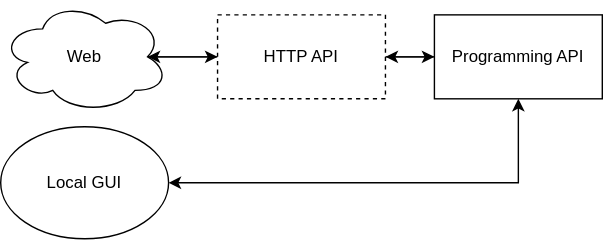
This is docs/thesis/images/daf-core-http-api.drawio.svg from davidhozic/discord-advertisement-framework, a draw.io export, as it was before one commit. Source tidied: cells renumbered, new cells last; positions are measured from the earlier drawing's top-left corner, leaving out a move shared by most shapes.
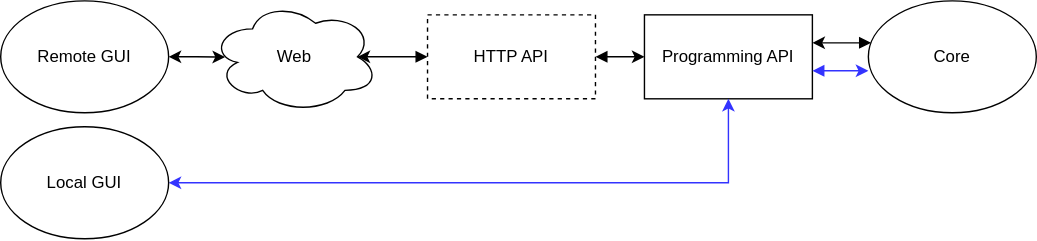
After the change.

The edit, as a diff of the source:
```diff
@@ -2,32 +2,49 @@
   <root>
     <mxCell id="0" />
     <mxCell id="1" parent="0" />
-    <mxCell id="2" style="edgeStyle=orthogonalEdgeStyle;rounded=0;jettySize=auto;html=1;" parent="1" edge="1" source="4" target="6">
+    <mxCell id="2" style="edgeStyle=orthogonalEdgeStyle;rounded=0;jettySize=auto;html=1;startArrow=block;startFill=1;" parent="1" edge="1" source="4" target="6">
       <mxGeometry relative="1" as="geometry" />
     </mxCell>
-    <mxCell id="3" style="edgeStyle=orthogonalEdgeStyle;rounded=0;jettySize=auto;html=1;entryX=0.875;entryY=0.5;entryDx=0;entryDy=0;entryPerimeter=0;" parent="1" edge="1" source="4" target="8">
+    <mxCell id="3" style="edgeStyle=orthogonalEdgeStyle;rounded=0;jettySize=auto;html=1;entryX=0.875;entryY=0.5;entryDx=0;entryDy=0;entryPerimeter=0;startArrow=block;startFill=1;" parent="1" edge="1" source="4" target="8">
       <mxGeometry relative="1" as="geometry" />
     </mxCell>
     <mxCell id="4" value="HTTP API" style="rounded=0;whiteSpace=wrap;html=1;dashed=1;" parent="1" vertex="1">
       <mxGeometry x="155" y="10" width="120" height="60" as="geometry" />
     </mxCell>
-    <mxCell id="5" style="edgeStyle=orthogonalEdgeStyle;rounded=0;jettySize=auto;html=1;" parent="1" edge="1" source="6" target="4">
-      <mxGeometry relative="1" as="geometry" />
-    </mxCell>
     <mxCell id="6" value="Programming API" style="rounded=0;whiteSpace=wrap;html=1;" parent="1" vertex="1">
       <mxGeometry x="310" y="10" width="120" height="60" as="geometry" />
     </mxCell>
-    <mxCell id="7" style="edgeStyle=orthogonalEdgeStyle;rounded=0;jettySize=auto;html=1;exitX=0.875;exitY=0.5;exitDx=0;exitDy=0;exitPerimeter=0;" parent="1" edge="1" source="8" target="4">
-      <mxGeometry relative="1" as="geometry" />
-    </mxCell>
     <mxCell id="8" value="Web" style="ellipse;shape=cloud;whiteSpace=wrap;html=1;" parent="1" vertex="1">
       <mxGeometry width="120" height="80" as="geometry" />
     </mxCell>
-    <mxCell id="9" style="edgeStyle=orthogonalEdgeStyle;rounded=0;jettySize=auto;html=1;entryX=0.5;entryY=1;entryDx=0;entryDy=0;startArrow=classic;startFill=1;" parent="1" edge="1" source="10" target="6">
+    <mxCell id="9" style="edgeStyle=orthogonalEdgeStyle;rounded=0;jettySize=auto;html=1;entryX=0.5;entryY=1;entryDx=0;entryDy=0;startArrow=classic;startFill=1;strokeColor=#3333FF;" parent="1" edge="1" source="10" target="6">
       <mxGeometry relative="1" as="geometry" />
     </mxCell>
     <mxCell id="10" value="Local GUI" style="ellipse;whiteSpace=wrap;html=1;" parent="1" vertex="1">
-      <mxGeometry y="90" width="120" height="80" as="geometry" />
+      <mxGeometry x="-150" y="90" width="120" height="80" as="geometry" />
     </mxCell>
+    <mxCell id="11" style="edgeStyle=orthogonalEdgeStyle;rounded=0;jettySize=auto;html=1;entryX=0.086;entryY=0.502;entryDx=0;entryDy=0;entryPerimeter=0;flowAnimation=0;comic=0;sketch=0;shadow=0;startArrow=classic;startFill=1;" parent="1" edge="1" source="12" target="8">
+      <mxGeometry relative="1" as="geometry" />
+    </mxCell>
+    <mxCell id="12" value="Remote GUI" style="ellipse;whiteSpace=wrap;html=1;" parent="1" vertex="1">
+      <mxGeometry x="-150" width="120" height="80" as="geometry" />
+    </mxCell>
+    <mxCell id="13" style="edgeStyle=entityRelationEdgeStyle;rounded=0;comic=0;sketch=0;orthogonalLoop=1;jettySize=auto;html=1;shadow=0;startArrow=block;startFill=1;strokeColor=#3333FF;" parent="1" edge="1">
+      <mxGeometry relative="1" as="geometry">
+        <mxPoint x="430" y="50" as="sourcePoint" />
+        <mxPoint x="470" y="50" as="targetPoint" />
+      </mxGeometry>
+    </mxCell>
+    <mxCell id="14" style="edgeStyle=orthogonalEdgeStyle;rounded=0;jettySize=auto;html=1;startArrow=block;startFill=1;" parent="1" edge="1" source="15" target="6">
+      <mxGeometry relative="1" as="geometry">
+        <Array as="points">
+          <mxPoint x="440" y="30" />
+          <mxPoint x="440" y="30" />
+        </Array>
+      </mxGeometry>
+    </mxCell>
+    <mxCell id="15" value="Core" style="ellipse;whiteSpace=wrap;html=1;" parent="1" vertex="1">
+      <mxGeometry x="470" width="120" height="80" as="geometry" />
+    </mxCell>
   </root>
 </mxGraphModel>
```
